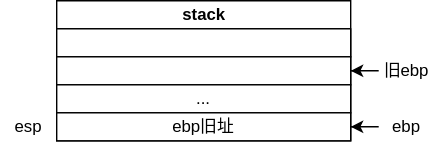
This is drawio/x86callFunc.drawio.svg from Stolorzs/Picgo, a draw.io export, as it was before one commit. Source tidied: cells renumbered, new cells last; positions are measured from the earlier drawing's top-left corner, leaving out a move shared by most shapes.
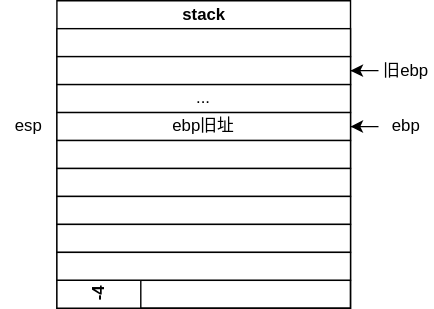
The same diagram one commit later.

Change to the diagram source:
```diff
@@ -3,7 +3,7 @@
     <mxCell id="0" />
     <mxCell id="1" parent="0" />
     <mxCell id="2" value="stack" style="swimlane;horizontal=1;startSize=20;html=1;" parent="1" vertex="1">
-      <mxGeometry x="40" width="210" height="100" as="geometry" />
+      <mxGeometry x="40" width="210" height="220" as="geometry" />
     </mxCell>
     <mxCell id="3" style="rounded=0;whiteSpace=wrap;html=1;" parent="2" vertex="1">
       <mxGeometry y="20" width="210" height="20" as="geometry" />
@@ -17,6 +17,24 @@
     <mxCell id="6" value="ebp旧址" style="rounded=0;whiteSpace=wrap;html=1;" parent="2" vertex="1">
       <mxGeometry y="80" width="210" height="20" as="geometry" />
     </mxCell>
+    <mxCell id="12" style="rounded=0;whiteSpace=wrap;html=1;" parent="2" vertex="1">
+      <mxGeometry y="100" width="210" height="20" as="geometry" />
+    </mxCell>
+    <mxCell id="13" style="rounded=0;whiteSpace=wrap;html=1;" parent="2" vertex="1">
+      <mxGeometry y="120" width="210" height="20" as="geometry" />
+    </mxCell>
+    <mxCell id="14" style="rounded=0;whiteSpace=wrap;html=1;" parent="2" vertex="1">
+      <mxGeometry y="140" width="210" height="20" as="geometry" />
+    </mxCell>
+    <mxCell id="15" style="rounded=0;whiteSpace=wrap;html=1;" parent="2" vertex="1">
+      <mxGeometry y="160" width="210" height="20" as="geometry" />
+    </mxCell>
+    <mxCell id="16" style="rounded=0;whiteSpace=wrap;html=1;" parent="2" vertex="1">
+      <mxGeometry y="180" width="210" height="20" as="geometry" />
+    </mxCell>
+    <mxCell id="17" value="-4" style="swimlane;startSize=60;horizontal=0;html=1;" parent="2" vertex="1">
+      <mxGeometry y="200" width="210" height="20" as="geometry" />
+    </mxCell>
     <mxCell id="7" value="esp" style="text;html=1;align=center;verticalAlign=middle;whiteSpace=wrap;rounded=0;" parent="1" vertex="1">
       <mxGeometry y="80" width="40" height="20" as="geometry" />
     </mxCell>
```
